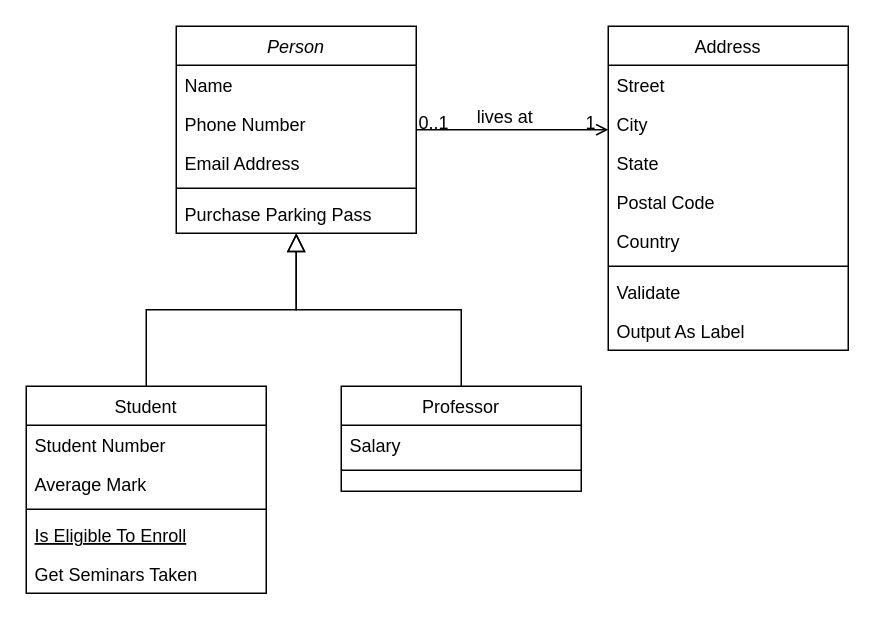
Before: 제목 없는 다이어그램.drawio in duckgoo9/MM-unity6-drawio, a draw.io diagram. Source tidied: cells renumbered, new cells numbered last; positions are measured from the earlier drawing's top-left corner, leaving out a move shared by most shapes. Both pictures are drawn from the tidied source at 150%, with x=0, y=0 at pixel (26, 26).
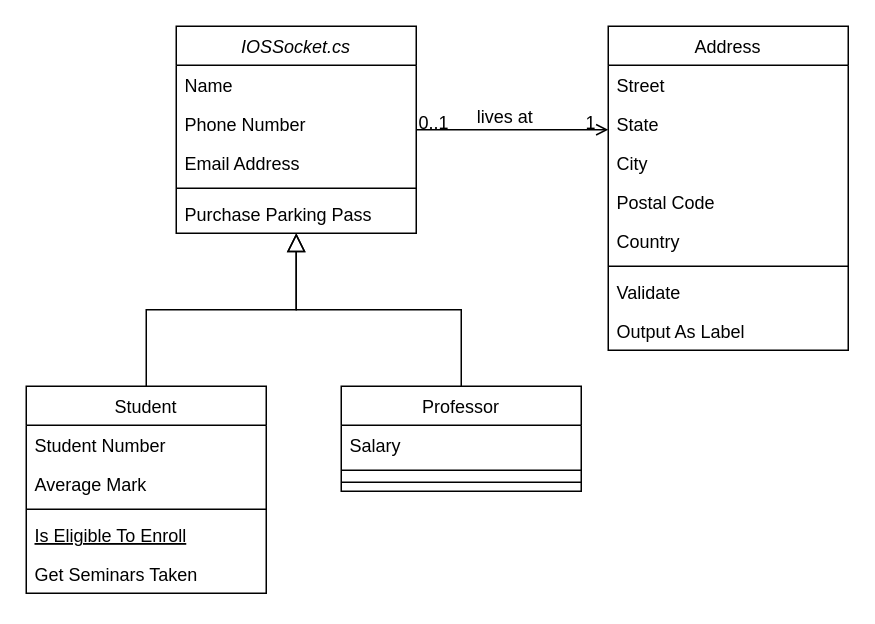
Above is the later version.

Commit message:
제목 없는 다이어그램.drawio 업데이트

The change refers to these unchanged cells:
```xml
<mxCell id="15" value="Professor" style="swimlane;fontStyle=0;align=center;verticalAlign=top;horizontal=1;startSize=26;rounded=0;shadow=0;strokeWidth=1;" parent="1" vertex="1">
  <mxGeometry x="210" y="240" width="160" height="70" as="geometry" />
</mxCell>
<mxCell id="19" value="Address" style="swimlane;fontStyle=0;align=center;verticalAlign=top;horizontal=1;startSize=26;rounded=0;shadow=0;strokeWidth=1;" parent="1" vertex="1">
  <mxGeometry x="388" width="160" height="216" as="geometry" />
</mxCell>
```

What changed in the source:
```diff
@@
-    <mxCell id="2" value="Person" style="swimlane;fontStyle=2;align=center;verticalAlign=top;horizontal=1;startSize=26;rounded=0;shadow=0;strokeWidth=1;" parent="1" vertex="1">
+    <mxCell id="2" value="IOSSocket.cs&#10;" style="swimlane;fontStyle=2;align=center;verticalAlign=top;horizontal=1;startSize=26;rounded=0;shadow=0;strokeWidth=1;" parent="1" vertex="1">
       <mxGeometry x="100" width="160" height="138" as="geometry" />
     </mxCell>
@@
+    <mxCell id="32" style="line;html=1;strokeWidth=1;align=left;verticalAlign=middle;spacingTop=-1;spacingLeft=3;spacingRight=3;labelPosition=right;" parent="15" vertex="1">
+      <mxGeometry y="52" width="160" height="8" as="geometry" />
+    </mxCell>
     <mxCell id="17" style="line;html=1;strokeWidth=1;align=left;verticalAlign=middle;spacingTop=-1;spacingLeft=3;spacingRight=3;labelPosition=right;" parent="15" vertex="1">
-      <mxGeometry y="52" width="160" height="8" as="geometry" />
+      <mxGeometry y="60" width="160" height="8" as="geometry" />
     </mxCell>
@@
+    <mxCell id="22" value="State" style="text;align=left;verticalAlign=top;spacingLeft=4;spacingRight=4;overflow=hidden;rounded=0;shadow=0;html=0;" parent="19" vertex="1">
+      <mxGeometry y="52" width="160" height="26" as="geometry" />
+    </mxCell>
     <mxCell id="21" value="City" style="text;align=left;verticalAlign=top;spacingLeft=4;spacingRight=4;overflow=hidden;rounded=0;shadow=0;html=0;" parent="19" vertex="1">
-      <mxGeometry y="52" width="160" height="26" as="geometry" />
+      <mxGeometry y="78" width="160" height="26" as="geometry" />
     </mxCell>
-    <mxCell id="22" value="State" style="text;align=left;verticalAlign=top;spacingLeft=4;spacingRight=4;overflow=hidden;rounded=0;shadow=0;html=0;" parent="19" vertex="1">
-      <mxGeometry y="78" width="160" height="26" as="geometry" />
-    </mxCell>
```
